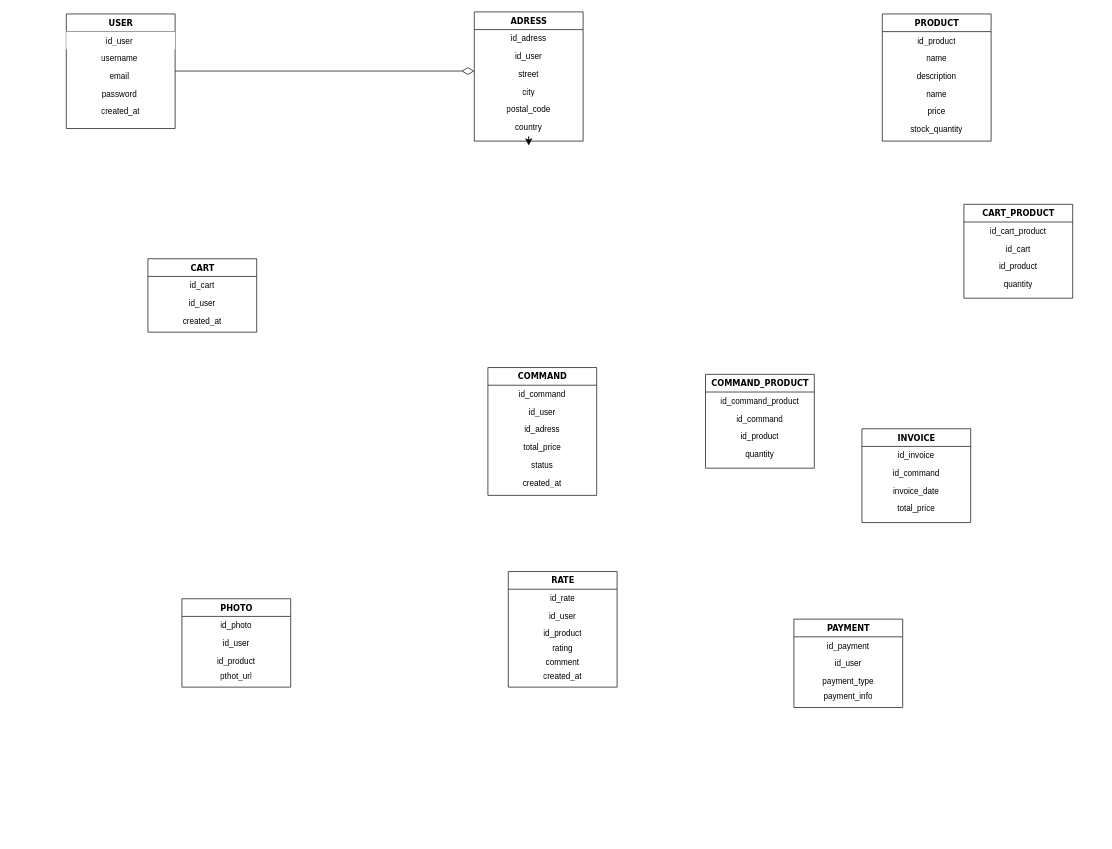
Earlier version of the draw.io diagram Conceptual Data model.drawio (dolobe/e-commerce-SQL). Source tidied: cells renumbered, new cells numbered last; positions are measured from the earlier drawing's top-left corner, leaving out a move shared by most shapes. Both pictures are drawn from the tidied source at 68%, with x=0, y=0 at pixel (66, 12).
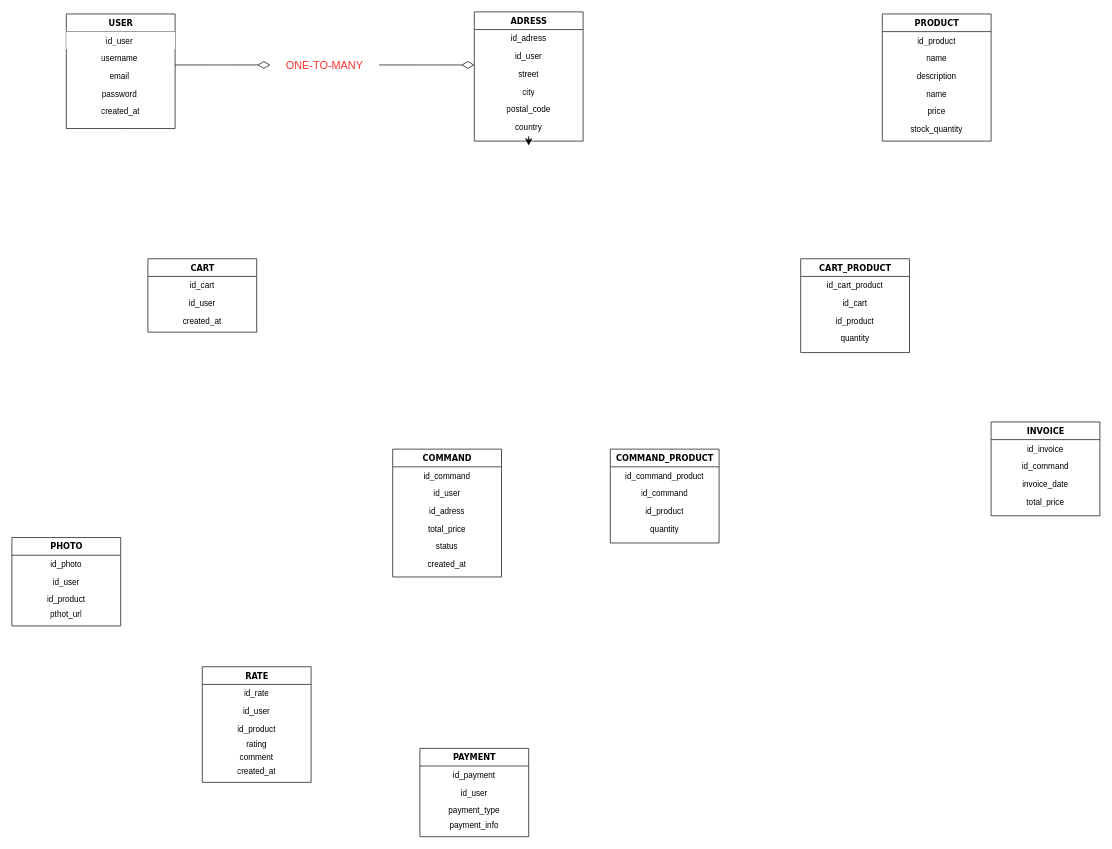
The same page after the edit.

Commit message (it also covers changes not shown here):
Mettre à jour Conceptual Data model.drawio

Unchanged cells that the change refers to:
```xml
<mxCell id="3" value="USER" style="swimlane;html=1;fontStyle=1;align=center;verticalAlign=top;horizontal=1;startSize=26;swimlaneFillColor=#ffffff;rounded=0;shadow=0;comic=0;labelBackgroundColor=none;strokeWidth=1;fillColor=none;fontFamily=Verdana;fontSize=12;" parent="1" vertex="1">
  <mxGeometry y="3" width="160" height="168.5" as="geometry" />
</mxCell>
<mxCell id="9" value="ADRESS" style="swimlane;html=1;fontStyle=1;align=center;verticalAlign=top;horizontal=1;startSize=26;swimlaneFillColor=#ffffff;rounded=0;shadow=0;comic=0;labelBackgroundColor=none;strokeWidth=1;fillColor=none;fontFamily=Verdana;fontSize=12;" parent="1" vertex="1">
  <mxGeometry x="600" width="160" height="190" as="geometry" />
</mxCell>
```

What changed in the source:
```diff
@@
     <mxCell id="28" value="COMMAND" style="swimlane;html=1;fontStyle=1;align=center;verticalAlign=top;horizontal=1;startSize=26;swimlaneFillColor=#ffffff;rounded=0;shadow=0;comic=0;labelBackgroundColor=none;strokeWidth=1;fillColor=none;fontFamily=Verdana;fontSize=12;" parent="1" vertex="1">
-      <mxGeometry x="620" y="523" width="160" height="188" as="geometry" />
+      <mxGeometry x="480" y="643" width="160" height="188" as="geometry" />
     </mxCell>
@@
     <mxCell id="35" value="INVOICE" style="swimlane;html=1;fontStyle=1;align=center;verticalAlign=top;horizontal=1;startSize=26;swimlaneFillColor=#ffffff;rounded=0;shadow=0;comic=0;labelBackgroundColor=none;strokeWidth=1;fillColor=none;fontFamily=Verdana;fontSize=12;" parent="1" vertex="1">
-      <mxGeometry x="1170" y="613" width="160" height="138" as="geometry" />
+      <mxGeometry x="1360" y="603" width="160" height="138" as="geometry" />
     </mxCell>
@@
     <mxCell id="40" value="CART_PRODUCT" style="swimlane;html=1;fontStyle=1;align=center;verticalAlign=top;horizontal=1;startSize=26;swimlaneFillColor=#ffffff;rounded=0;shadow=0;comic=0;labelBackgroundColor=none;strokeWidth=1;fillColor=none;fontFamily=Verdana;fontSize=12;" parent="1" vertex="1">
-      <mxGeometry x="1320" y="283" width="160" height="138" as="geometry" />
+      <mxGeometry x="1080" y="363" width="160" height="138" as="geometry" />
     </mxCell>
@@
     <mxCell id="45" value="COMMAND_PRODUCT" style="swimlane;html=1;fontStyle=1;align=center;verticalAlign=top;horizontal=1;startSize=26;swimlaneFillColor=#ffffff;rounded=0;shadow=0;comic=0;labelBackgroundColor=none;strokeWidth=1;fillColor=none;fontFamily=Verdana;fontSize=12;" parent="1" vertex="1">
-      <mxGeometry x="940" y="533" width="160" height="138" as="geometry" />
+      <mxGeometry x="800" y="643" width="160" height="138" as="geometry" />
     </mxCell>
@@
-    <mxCell id="50" style="edgeStyle=elbowEdgeStyle;html=1;labelBackgroundColor=none;startFill=0;startSize=8;endArrow=diamondThin;endFill=0;endSize=16;fontFamily=Verdana;fontSize=12;elbow=vertical;" parent="1" edge="1" source="3" target="9">
+    <mxCell id="50" style="edgeStyle=elbowEdgeStyle;html=1;labelBackgroundColor=none;startFill=0;startSize=8;endArrow=diamondThin;endFill=0;endSize=16;fontFamily=Verdana;fontSize=12;elbow=vertical;" parent="1" edge="1" source="69" target="9">
       <mxGeometry relative="1" as="geometry" />
     </mxCell>
     <mxCell id="51" value="PHOTO" style="swimlane;html=1;fontStyle=1;align=center;verticalAlign=top;horizontal=1;startSize=26;swimlaneFillColor=#ffffff;rounded=0;shadow=0;comic=0;labelBackgroundColor=none;strokeWidth=1;fillColor=none;fontFamily=Verdana;fontSize=12;" parent="1" vertex="1">
-      <mxGeometry x="170" y="863" width="160" height="130" as="geometry" />
+      <mxGeometry x="-80" y="773" width="160" height="130" as="geometry" />
     </mxCell>
@@
     <mxCell id="56" value="RATE" style="swimlane;html=1;fontStyle=1;align=center;verticalAlign=top;horizontal=1;startSize=26;swimlaneFillColor=#ffffff;rounded=0;shadow=0;comic=0;labelBackgroundColor=none;strokeWidth=1;fillColor=none;fontFamily=Verdana;fontSize=12;" parent="1" vertex="1">
-      <mxGeometry x="650" y="823" width="160" height="170" as="geometry" />
+      <mxGeometry x="200" y="963" width="160" height="170" as="geometry" />
     </mxCell>
@@
     <mxCell id="63" value="PAYMENT" style="swimlane;html=1;fontStyle=1;align=center;verticalAlign=top;horizontal=1;startSize=26;swimlaneFillColor=#ffffff;rounded=0;shadow=0;comic=0;labelBackgroundColor=none;strokeWidth=1;fillColor=none;fontFamily=Verdana;fontSize=12;" parent="1" vertex="1">
-      <mxGeometry x="1070" y="893" width="160" height="130" as="geometry" />
+      <mxGeometry x="520" y="1083" width="160" height="130" as="geometry" />
     </mxCell>
@@
+    <mxCell id="68" style="edgeStyle=elbowEdgeStyle;html=1;labelBackgroundColor=none;startFill=0;startSize=8;endArrow=diamondThin;endFill=0;endSize=16;fontFamily=Verdana;fontSize=12;elbow=vertical;" parent="1" edge="1" source="3" target="69">
+      <mxGeometry relative="1" as="geometry" />
+    </mxCell>
+    <mxCell id="69" value="ONE-TO-MANY" style="text;strokeColor=none;fillColor=none;html=1;align=center;verticalAlign=middle;whiteSpace=wrap;rounded=0;fontSize=16;fontColor=#FF3333;" parent="1" vertex="1">
+      <mxGeometry x="300" y="63" width="160" height="30" as="geometry" />
+    </mxCell>
```
